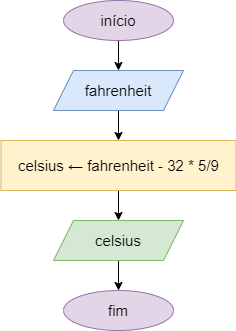
The draw.io diagram Algoritmos/Introdução/fluxograma-01.png in luizakuze/Monitoria, before a commit. Source tidied: cells renumbered, new cells last; positions are measured from the earlier drawing's top-left corner, leaving out a move shared by most shapes.
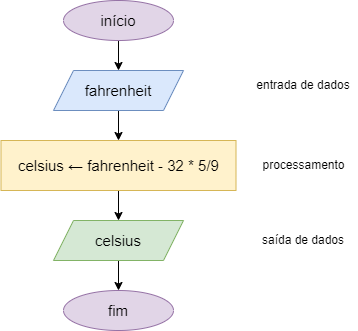
After the change.

What changed in the source:
```diff
@@ -29,5 +29,14 @@
     <mxCell id="10" value="celsius" style="shape=parallelogram;perimeter=parallelogramPerimeter;whiteSpace=wrap;html=1;fixedSize=1;labelBorderColor=none;strokeColor=#82b366;fontFamily=Helvetica;fontSize=15;fillColor=#d5e8d4;" parent="1" vertex="1">
       <mxGeometry x="52" y="220" width="130" height="40" as="geometry" />
     </mxCell>
+    <mxCell id="11" value="entrada de dados" style="text;html=1;strokeColor=none;fillColor=none;align=center;verticalAlign=middle;whiteSpace=wrap;rounded=0;" parent="1" vertex="1">
+      <mxGeometry x="252" y="70" width="100" height="30" as="geometry" />
+    </mxCell>
+    <mxCell id="12" value="saída de dados" style="text;html=1;strokeColor=none;fillColor=none;align=center;verticalAlign=middle;whiteSpace=wrap;rounded=0;" parent="1" vertex="1">
+      <mxGeometry x="252" y="225" width="100" height="30" as="geometry" />
+    </mxCell>
+    <mxCell id="13" value="processamento" style="text;html=1;align=center;verticalAlign=middle;strokeColor=none;fillColor=none;" parent="1" vertex="1">
+      <mxGeometry x="247" y="150" width="110" height="30" as="geometry" />
+    </mxCell>
   </root>
 </mxGraphModel>
```
